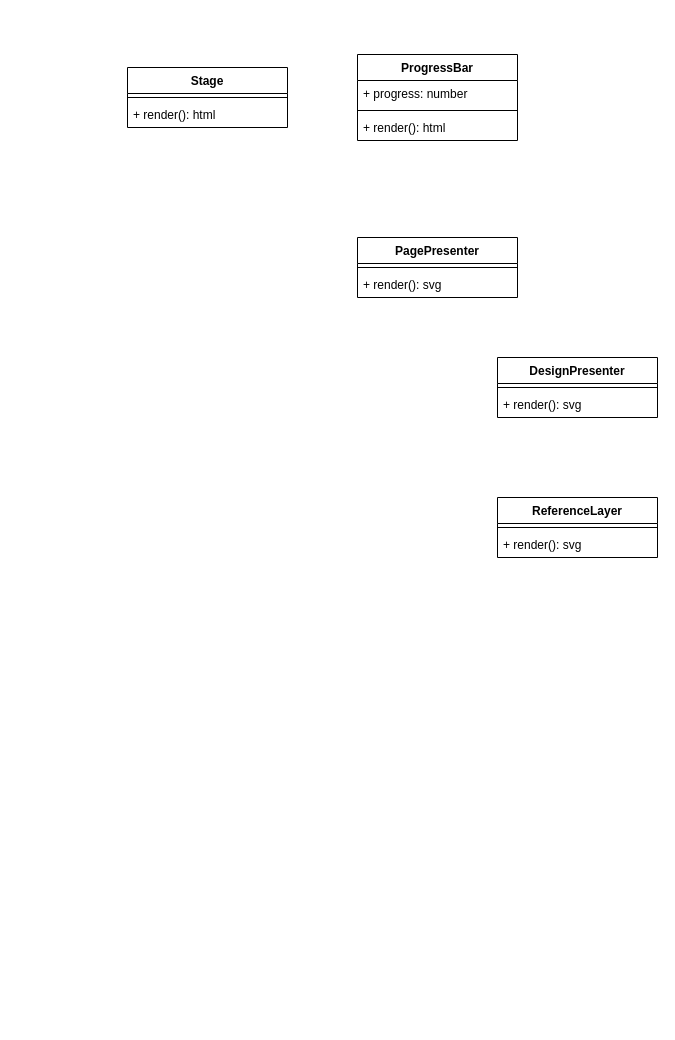
albreax/Diplomarbeit keeps this draw.io diagram as Arbeit/diagrams/Ist-Architektur/Designbearbeiten.drawio. Above is the earlier version. Source tidied: cells renumbered, new cells numbered last; positions are measured from the earlier drawing's top-left corner, leaving out a move shared by most shapes. Both pictures are drawn from the tidied source at 100%, with x=0, y=0 at pixel (127, 54).
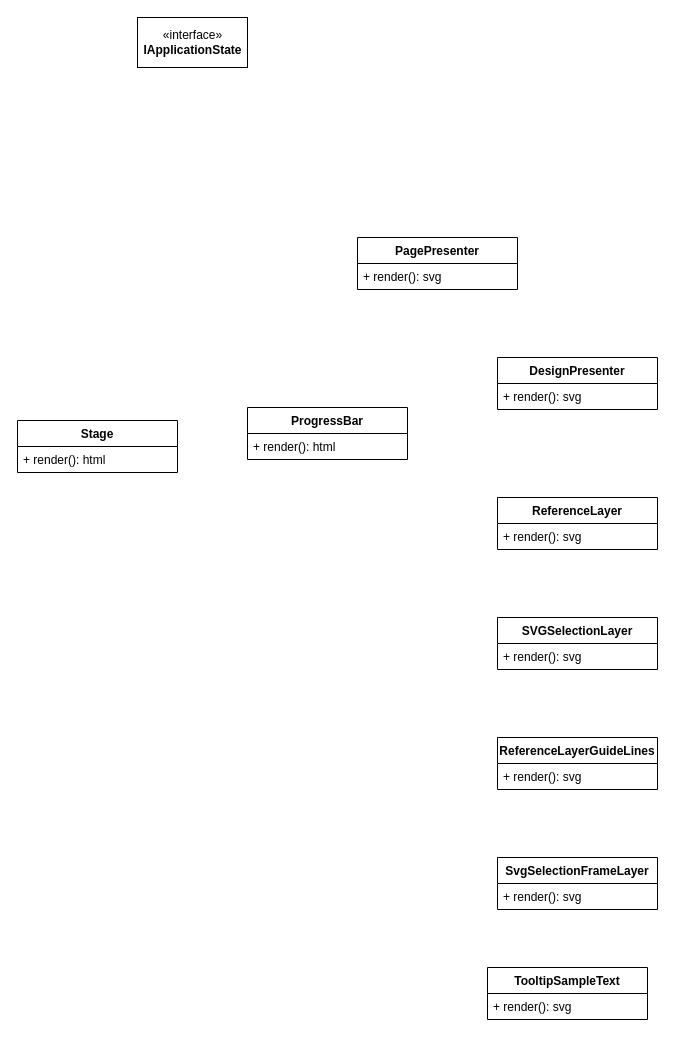
Above is the later version.

Diff of the diagram source:
```diff
@@
     <mxCell id="2" value="Stage" style="swimlane;fontStyle=1;align=center;verticalAlign=top;horizontal=1;startSize=26;" parent="1" vertex="1">
-      <mxGeometry y="13" width="160" height="60" as="geometry" />
+      <mxGeometry x="-110" y="366" width="160" height="52" as="geometry" />
     </mxCell>
-    <mxCell id="3" style="line;strokeWidth=1;fillColor=none;align=left;verticalAlign=middle;spacingTop=-1;spacingLeft=3;spacingRight=3;labelPosition=right;" parent="2" vertex="1">
-      <mxGeometry y="26" width="160" height="8" as="geometry" />
-    </mxCell>
     <mxCell id="4" value="+ render(): html" style="text;strokeColor=none;fillColor=none;align=left;verticalAlign=top;spacingLeft=4;spacingRight=4;overflow=hidden;" parent="2" vertex="1">
-      <mxGeometry y="34" width="160" height="26" as="geometry" />
+      <mxGeometry y="26" width="160" height="26" as="geometry" />
     </mxCell>
     <mxCell id="5" value="ProgressBar" style="swimlane;fontStyle=1;align=center;verticalAlign=top;horizontal=1;startSize=26;" parent="1" vertex="1">
-      <mxGeometry x="230" width="160" height="86" as="geometry" />
+      <mxGeometry x="120" y="353" width="160" height="52" as="geometry" />
     </mxCell>
-    <mxCell id="6" value="+ progress: number&#10;" style="text;strokeColor=none;fillColor=none;align=left;verticalAlign=top;spacingLeft=4;spacingRight=4;overflow=hidden;" parent="5" vertex="1">
-      <mxGeometry y="26" width="160" height="26" as="geometry" />
-    </mxCell>
-    <mxCell id="7" style="line;strokeWidth=1;fillColor=none;align=left;verticalAlign=middle;spacingTop=-1;spacingLeft=3;spacingRight=3;labelPosition=right;" parent="5" vertex="1">
-      <mxGeometry y="52" width="160" height="8" as="geometry" />
-    </mxCell>
     <mxCell id="8" value="+ render(): html" style="text;strokeColor=none;fillColor=none;align=left;verticalAlign=top;spacingLeft=4;spacingRight=4;overflow=hidden;" parent="5" vertex="1">
-      <mxGeometry y="60" width="160" height="26" as="geometry" />
+      <mxGeometry y="26" width="160" height="26" as="geometry" />
     </mxCell>
     <mxCell id="9" value="PagePresenter" style="swimlane;fontStyle=1;align=center;verticalAlign=top;horizontal=1;startSize=26;" parent="1" vertex="1">
-      <mxGeometry x="230" y="183" width="160" height="60" as="geometry" />
+      <mxGeometry x="230" y="183" width="160" height="52" as="geometry" />
     </mxCell>
-    <mxCell id="10" style="line;strokeWidth=1;fillColor=none;align=left;verticalAlign=middle;spacingTop=-1;spacingLeft=3;spacingRight=3;labelPosition=right;" parent="9" vertex="1">
-      <mxGeometry y="26" width="160" height="8" as="geometry" />
-    </mxCell>
     <mxCell id="11" value="+ render(): svg" style="text;strokeColor=none;fillColor=none;align=left;verticalAlign=top;spacingLeft=4;spacingRight=4;overflow=hidden;" parent="9" vertex="1">
-      <mxGeometry y="34" width="160" height="26" as="geometry" />
+      <mxGeometry y="26" width="160" height="26" as="geometry" />
     </mxCell>
     <mxCell id="12" value="DesignPresenter" style="swimlane;fontStyle=1;align=center;verticalAlign=top;horizontal=1;startSize=26;" parent="1" vertex="1">
-      <mxGeometry x="370" y="303" width="160" height="60" as="geometry" />
+      <mxGeometry x="370" y="303" width="160" height="52" as="geometry" />
     </mxCell>
-    <mxCell id="13" style="line;strokeWidth=1;fillColor=none;align=left;verticalAlign=middle;spacingTop=-1;spacingLeft=3;spacingRight=3;labelPosition=right;" parent="12" vertex="1">
-      <mxGeometry y="26" width="160" height="8" as="geometry" />
-    </mxCell>
     <mxCell id="14" value="+ render(): svg" style="text;strokeColor=none;fillColor=none;align=left;verticalAlign=top;spacingLeft=4;spacingRight=4;overflow=hidden;" parent="12" vertex="1">
-      <mxGeometry y="34" width="160" height="26" as="geometry" />
+      <mxGeometry y="26" width="160" height="26" as="geometry" />
     </mxCell>
     <mxCell id="15" value="ReferenceLayer" style="swimlane;fontStyle=1;align=center;verticalAlign=top;horizontal=1;startSize=26;" parent="1" vertex="1">
-      <mxGeometry x="370" y="443" width="160" height="60" as="geometry" />
+      <mxGeometry x="370" y="443" width="160" height="52" as="geometry" />
     </mxCell>
-    <mxCell id="16" style="line;strokeWidth=1;fillColor=none;align=left;verticalAlign=middle;spacingTop=-1;spacingLeft=3;spacingRight=3;labelPosition=right;" parent="15" vertex="1">
-      <mxGeometry y="26" width="160" height="8" as="geometry" />
-    </mxCell>
     <mxCell id="17" value="+ render(): svg" style="text;strokeColor=none;fillColor=none;align=left;verticalAlign=top;spacingLeft=4;spacingRight=4;overflow=hidden;" parent="15" vertex="1">
-      <mxGeometry y="34" width="160" height="26" as="geometry" />
+      <mxGeometry y="26" width="160" height="26" as="geometry" />
     </mxCell>
+    <mxCell id="18" value="SVGSelectionLayer" style="swimlane;fontStyle=1;align=center;verticalAlign=top;horizontal=1;startSize=26;" parent="1" vertex="1">
+      <mxGeometry x="370" y="563" width="160" height="52" as="geometry" />
+    </mxCell>
+    <mxCell id="19" value="+ render(): svg" style="text;strokeColor=none;fillColor=none;align=left;verticalAlign=top;spacingLeft=4;spacingRight=4;overflow=hidden;" parent="18" vertex="1">
+      <mxGeometry y="26" width="160" height="26" as="geometry" />
+    </mxCell>
+    <mxCell id="20" value="ReferenceLayerGuideLines" style="swimlane;fontStyle=1;align=center;verticalAlign=top;horizontal=1;startSize=26;" parent="1" vertex="1">
+      <mxGeometry x="370" y="683" width="160" height="52" as="geometry" />
+    </mxCell>
+    <mxCell id="21" value="+ render(): svg" style="text;strokeColor=none;fillColor=none;align=left;verticalAlign=top;spacingLeft=4;spacingRight=4;overflow=hidden;" parent="20" vertex="1">
+      <mxGeometry y="26" width="160" height="26" as="geometry" />
+    </mxCell>
+    <mxCell id="22" value="SvgSelectionFrameLayer" style="swimlane;fontStyle=1;align=center;verticalAlign=top;horizontal=1;startSize=26;" parent="1" vertex="1">
+      <mxGeometry x="370" y="803" width="160" height="52" as="geometry" />
+    </mxCell>
+    <mxCell id="23" value="+ render(): svg" style="text;strokeColor=none;fillColor=none;align=left;verticalAlign=top;spacingLeft=4;spacingRight=4;overflow=hidden;" parent="22" vertex="1">
+      <mxGeometry y="26" width="160" height="26" as="geometry" />
+    </mxCell>
+    <mxCell id="24" value="TooltipSampleText" style="swimlane;fontStyle=1;align=center;verticalAlign=top;horizontal=1;startSize=26;" parent="1" vertex="1">
+      <mxGeometry x="360" y="913" width="160" height="52" as="geometry" />
+    </mxCell>
+    <mxCell id="25" value="+ render(): svg" style="text;strokeColor=none;fillColor=none;align=left;verticalAlign=top;spacingLeft=4;spacingRight=4;overflow=hidden;" parent="24" vertex="1">
+      <mxGeometry y="26" width="160" height="26" as="geometry" />
+    </mxCell>
+    <mxCell id="26" value="«interface»&lt;br&gt;&lt;b&gt;IApplicationState&lt;/b&gt;" style="html=1;" parent="1" vertex="1">
+      <mxGeometry x="10" y="-37" width="110" height="50" as="geometry" />
+    </mxCell>
```
